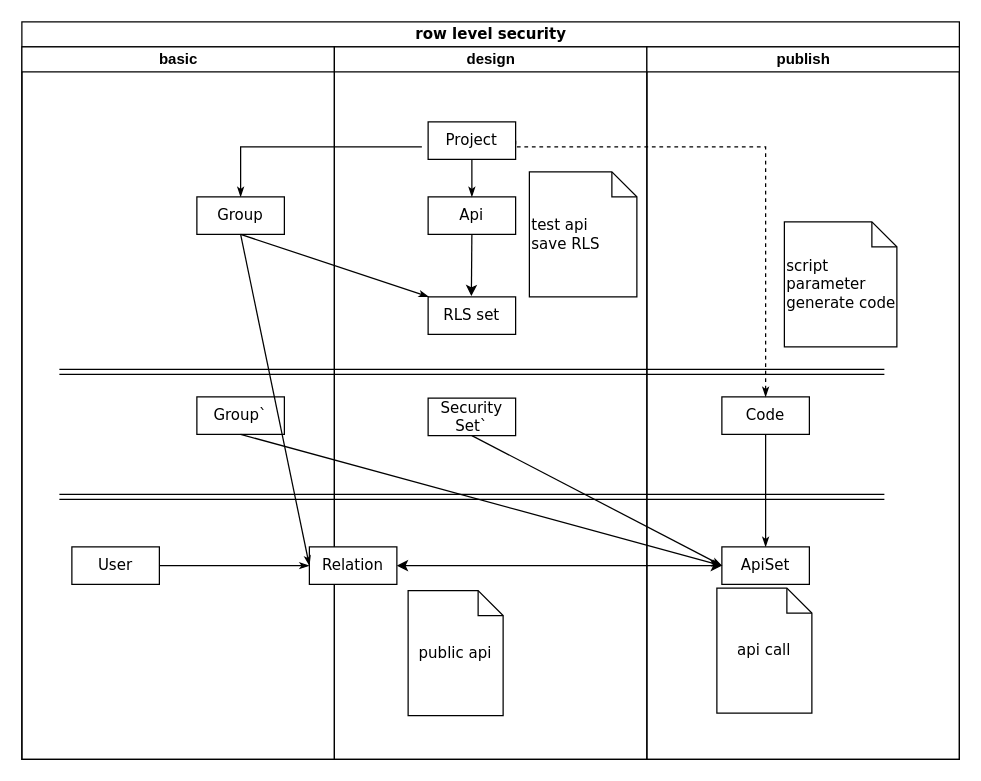
This is Report Diagram.drawio from JohnXu/JohnDiagrams, a draw.io file, before an edit. Source tidied: cells renumbered, new cells numbered last; positions are measured from the earlier drawing's top-left corner, leaving out a move shared by most shapes. Both pictures are drawn from the tidied source at 125%, with x=0, y=0 at pixel (21, 21).
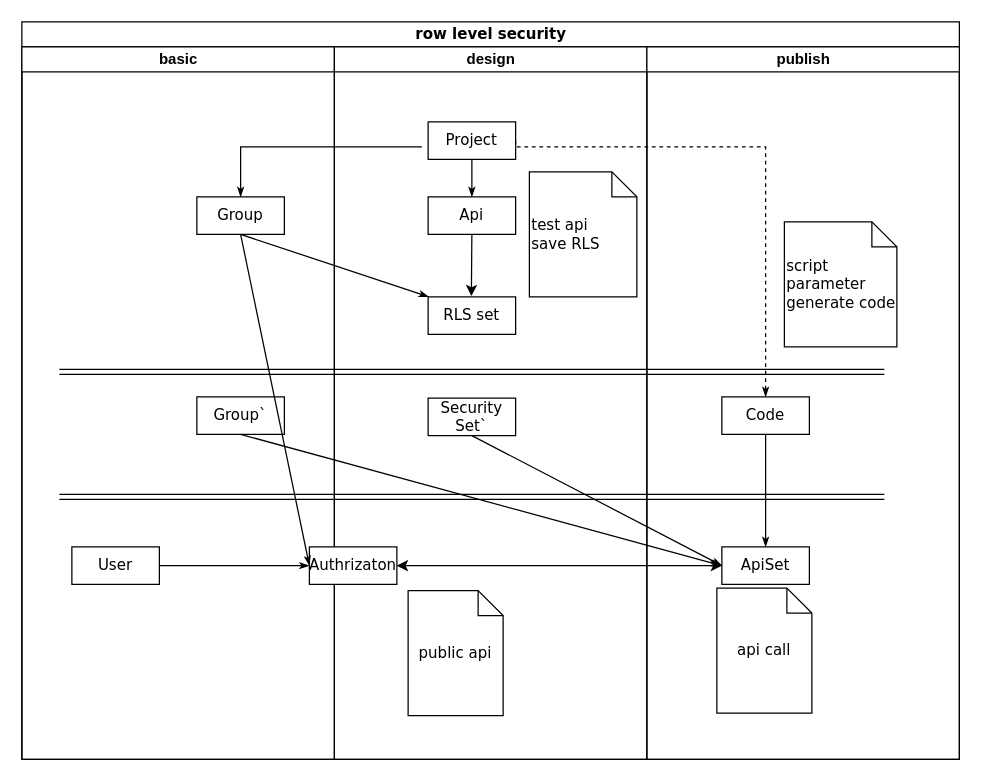
After the change.

Unchanged cells that the change refers to:
```xml
<mxCell id="11" value="design" style="swimlane;html=1;startSize=20;shadow=0;" parent="2" vertex="1">
  <mxGeometry x="250" y="20" width="250" height="570" as="geometry" />
</mxCell>
```

What changed in the source:
```diff
@@
-    <mxCell id="16" value="Relation" style="rounded=0;whiteSpace=wrap;html=1;shadow=0;comic=0;labelBackgroundColor=none;strokeWidth=1;fontFamily=Verdana;fontSize=12;align=center;arcSize=50;" parent="11" vertex="1">
+    <mxCell id="16" value="Authrizaton" style="rounded=0;whiteSpace=wrap;html=1;shadow=0;comic=0;labelBackgroundColor=none;strokeWidth=1;fontFamily=Verdana;fontSize=12;align=center;arcSize=50;" parent="11" vertex="1">
       <mxGeometry x="-20" y="400" width="70" height="30" as="geometry" />
     </mxCell>
```
